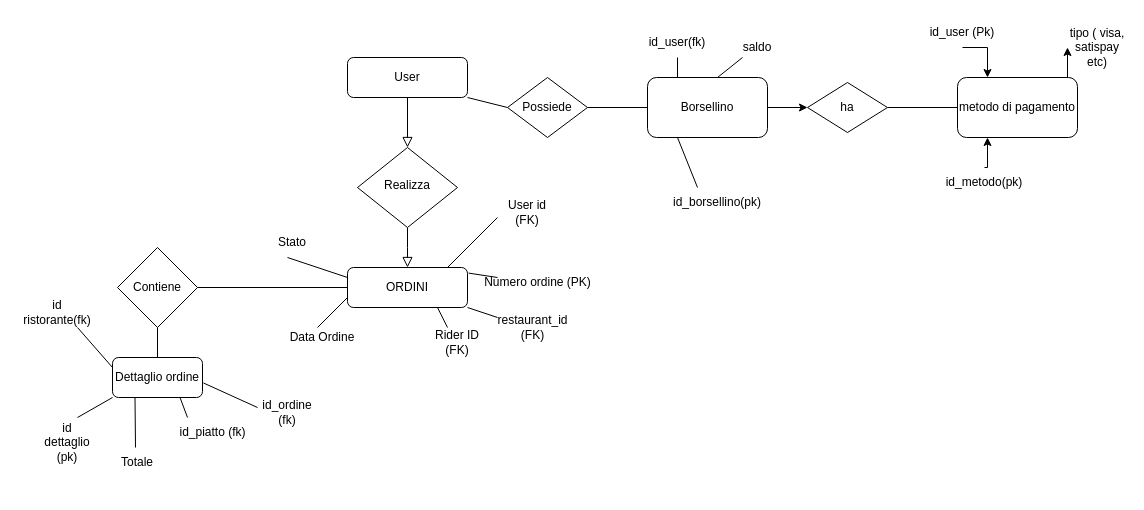
Earlier version of the draw.io diagram PROGETTO_DB_23/Untitled Diagram.drawio (bagalasamuele/database). Source tidied: cells renumbered, new cells numbered last; positions are measured from the earlier drawing's top-left corner, leaving out a move shared by most shapes. Both pictures are drawn from the tidied source at 100%, with x=0, y=0 at pixel (17, 17).
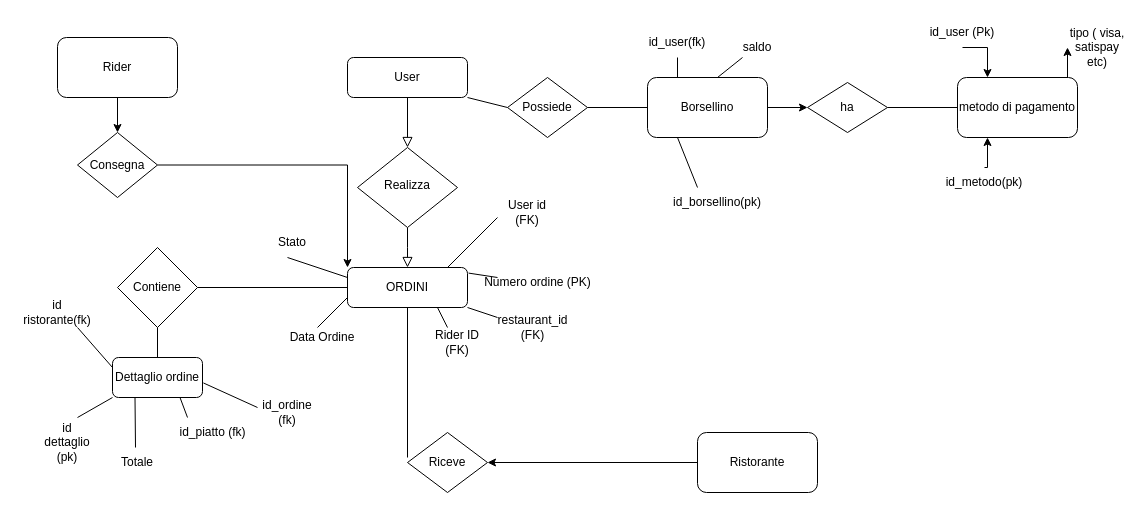
Above is the later version.

The change refers to these unchanged cells:
```xml
<mxCell id="6" value="ORDINI" style="rounded=1;whiteSpace=wrap;html=1;fontSize=12;glass=0;strokeWidth=1;shadow=0;" parent="1" vertex="1">
  <mxGeometry x="330" y="250" width="120" height="40" as="geometry" />
</mxCell>
```

The edit, as a diff of the source:
```diff
@@
+    <mxCell id="54" value="Ristorante" style="rounded=1;whiteSpace=wrap;html=1;" parent="1" vertex="1">
+      <mxGeometry x="680" y="415" width="120" height="60" as="geometry" />
+    </mxCell>
+    <mxCell id="55" style="endArrow=none;html=1;rounded=0;entryX=0.5;entryY=1;entryDx=0;entryDy=0;" parent="1" edge="1" target="6">
+      <mxGeometry relative="1" as="geometry">
+        <mxPoint x="390" y="440" as="sourcePoint" />
+      </mxGeometry>
+    </mxCell>
+    <mxCell id="56" style="edgeStyle=orthogonalEdgeStyle;rounded=0;jettySize=auto;html=1;exitX=0;exitY=0.5;exitDx=0;exitDy=0;entryX=1;entryY=0.5;entryDx=0;entryDy=0;" parent="1" edge="1" source="54" target="57">
+      <mxGeometry relative="1" as="geometry" />
+    </mxCell>
+    <mxCell id="57" value="Riceve" style="rhombus;whiteSpace=wrap;html=1;" parent="1" vertex="1">
+      <mxGeometry x="390" y="415" width="80" height="60" as="geometry" />
+    </mxCell>
+    <mxCell id="58" style="edgeStyle=orthogonalEdgeStyle;rounded=0;jettySize=auto;html=1;exitX=0.5;exitY=1;exitDx=0;exitDy=0;" parent="1" edge="1" source="59" target="61">
+      <mxGeometry relative="1" as="geometry" />
+    </mxCell>
+    <mxCell id="59" value="Rider" style="rounded=1;whiteSpace=wrap;html=1;" parent="1" vertex="1">
+      <mxGeometry x="40" y="20" width="120" height="60" as="geometry" />
+    </mxCell>
+    <mxCell id="60" style="edgeStyle=orthogonalEdgeStyle;rounded=0;jettySize=auto;html=1;exitX=1;exitY=0.5;exitDx=0;exitDy=0;entryX=0;entryY=0;entryDx=0;entryDy=0;" parent="1" edge="1" source="61" target="6">
+      <mxGeometry relative="1" as="geometry" />
+    </mxCell>
+    <mxCell id="61" value="Consegna" style="rhombus;whiteSpace=wrap;html=1;" parent="1" vertex="1">
+      <mxGeometry x="60" y="115" width="80" height="65" as="geometry" />
+    </mxCell>
```
